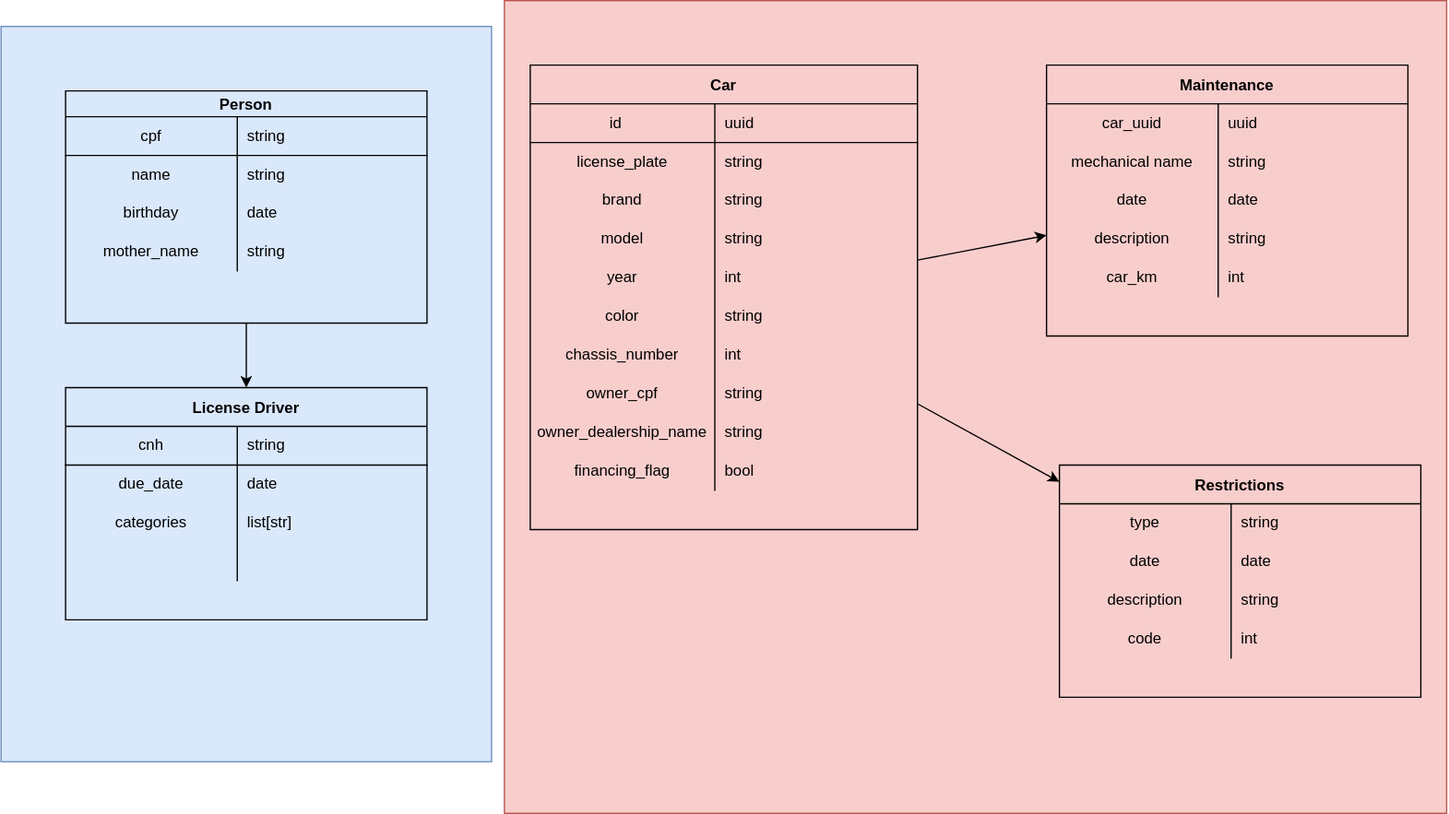
yurihartmann/car_lifes_cycle_hyperledger_fabric keeps this draw.io diagram as docs/diagrams/entities.drawio.svg. Above is the earlier version. Source tidied: cells renumbered, new cells last; positions are measured from the earlier drawing's top-left corner, leaving out a move shared by most shapes.
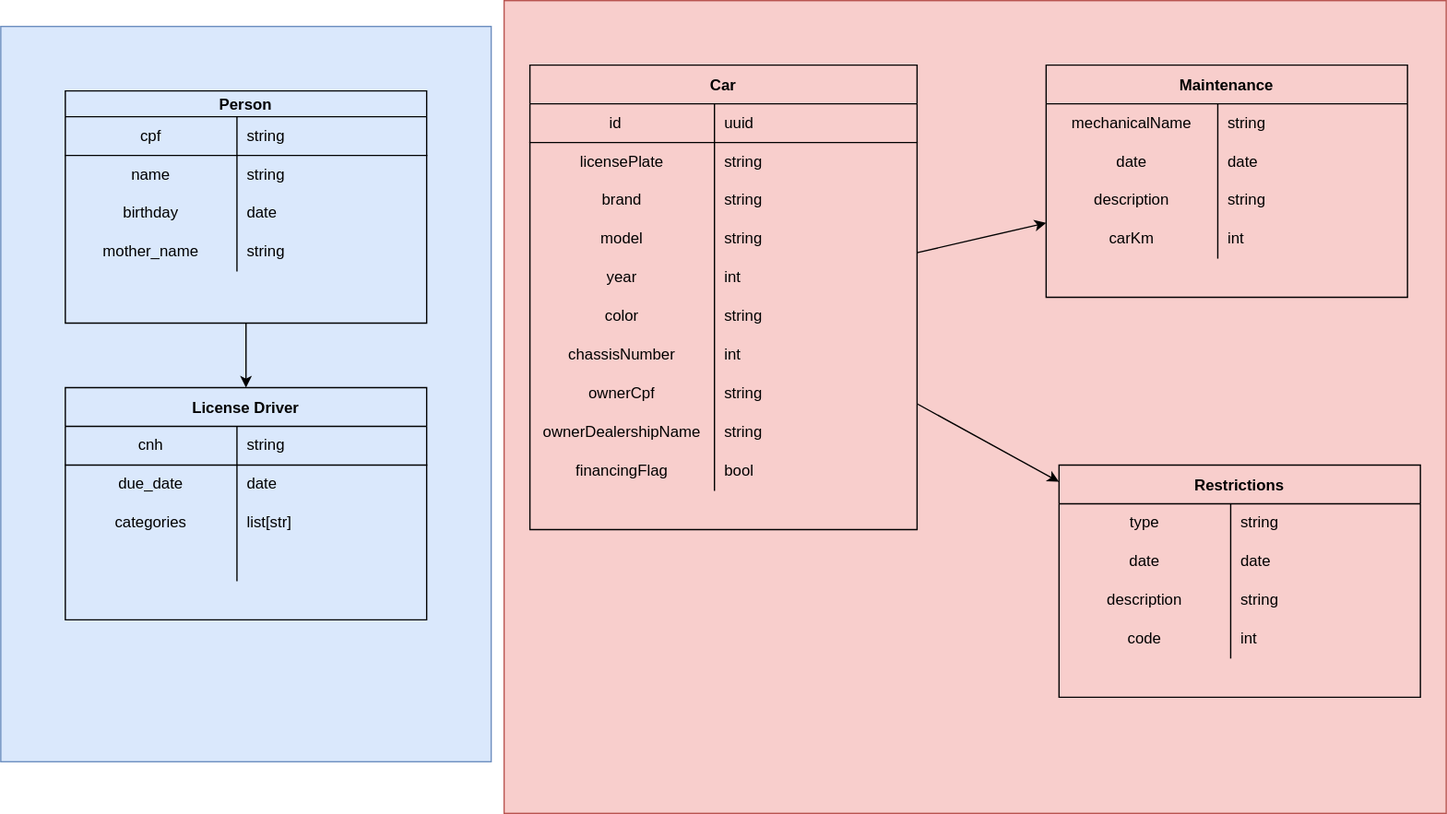
After the commit.

Commit message:
🔸 Car schema

Change to the diagram source:
```diff
@@ -110,7 +110,7 @@
     <mxCell id="37" style="shape=partialRectangle;html=1;whiteSpace=wrap;fillColor=none;top=0;left=0;bottom=0;right=0;" parent="33" vertex="1">
       <mxGeometry y="60" width="300" height="30" as="geometry" />
     </mxCell>
-    <mxCell id="38" value="license_plate" style="shape=partialRectangle;html=1;whiteSpace=wrap;fillColor=none;top=0;left=0;bottom=0;right=0;overflow=hidden;" parent="37" vertex="1">
+    <mxCell id="38" value="licensePlate" style="shape=partialRectangle;html=1;whiteSpace=wrap;fillColor=none;top=0;left=0;bottom=0;right=0;overflow=hidden;" parent="37" vertex="1">
       <mxGeometry width="143" height="30" as="geometry" />
     </mxCell>
     <mxCell id="39" value="string" style="shape=partialRectangle;html=1;whiteSpace=wrap;fillColor=none;top=0;left=0;bottom=0;right=0;align=left;spacingLeft=6;overflow=hidden;" parent="37" vertex="1">
@@ -155,7 +155,7 @@
     <mxCell id="52" style="shape=partialRectangle;html=1;whiteSpace=wrap;fillColor=none;top=0;left=0;bottom=0;right=0;" parent="33" vertex="1">
       <mxGeometry y="210" width="300" height="30" as="geometry" />
     </mxCell>
-    <mxCell id="53" value="chassis_number" style="shape=partialRectangle;html=1;whiteSpace=wrap;fillColor=none;top=0;left=0;bottom=0;right=0;overflow=hidden;" parent="52" vertex="1">
+    <mxCell id="53" value="chassisNumber" style="shape=partialRectangle;html=1;whiteSpace=wrap;fillColor=none;top=0;left=0;bottom=0;right=0;overflow=hidden;" parent="52" vertex="1">
       <mxGeometry width="143" height="30" as="geometry" />
     </mxCell>
     <mxCell id="54" value="int" style="shape=partialRectangle;html=1;whiteSpace=wrap;fillColor=none;top=0;left=0;bottom=0;right=0;align=left;spacingLeft=6;overflow=hidden;" parent="52" vertex="1">
@@ -164,7 +164,7 @@
     <mxCell id="55" style="shape=partialRectangle;html=1;whiteSpace=wrap;fillColor=none;top=0;left=0;bottom=0;right=0;" parent="33" vertex="1">
       <mxGeometry y="240" width="300" height="30" as="geometry" />
     </mxCell>
-    <mxCell id="56" value="owner_cpf" style="shape=partialRectangle;html=1;whiteSpace=wrap;fillColor=none;top=0;left=0;bottom=0;right=0;overflow=hidden;" parent="55" vertex="1">
+    <mxCell id="56" value="ownerCpf" style="shape=partialRectangle;html=1;whiteSpace=wrap;fillColor=none;top=0;left=0;bottom=0;right=0;overflow=hidden;" parent="55" vertex="1">
       <mxGeometry width="143" height="30" as="geometry" />
     </mxCell>
     <mxCell id="57" value="string" style="shape=partialRectangle;html=1;whiteSpace=wrap;fillColor=none;top=0;left=0;bottom=0;right=0;align=left;spacingLeft=6;overflow=hidden;" parent="55" vertex="1">
@@ -173,7 +173,7 @@
     <mxCell id="58" style="shape=partialRectangle;html=1;whiteSpace=wrap;fillColor=none;top=0;left=0;bottom=0;right=0;" parent="33" vertex="1">
       <mxGeometry y="270" width="300" height="30" as="geometry" />
     </mxCell>
-    <mxCell id="59" value="owner_dealership_name" style="shape=partialRectangle;html=1;whiteSpace=wrap;fillColor=none;top=0;left=0;bottom=0;right=0;overflow=hidden;" parent="58" vertex="1">
+    <mxCell id="59" value="ownerDealershipName" style="shape=partialRectangle;html=1;whiteSpace=wrap;fillColor=none;top=0;left=0;bottom=0;right=0;overflow=hidden;" parent="58" vertex="1">
       <mxGeometry width="143" height="30" as="geometry" />
     </mxCell>
     <mxCell id="60" value="string" style="shape=partialRectangle;html=1;whiteSpace=wrap;fillColor=none;top=0;left=0;bottom=0;right=0;align=left;spacingLeft=6;overflow=hidden;" parent="58" vertex="1">
@@ -182,35 +182,26 @@
     <mxCell id="61" style="shape=partialRectangle;html=1;whiteSpace=wrap;fillColor=none;top=0;left=0;bottom=0;right=0;" parent="33" vertex="1">
       <mxGeometry y="300" width="300" height="30" as="geometry" />
     </mxCell>
-    <mxCell id="62" value="financing_flag" style="shape=partialRectangle;html=1;whiteSpace=wrap;fillColor=none;top=0;left=0;bottom=0;right=0;overflow=hidden;" parent="61" vertex="1">
+    <mxCell id="62" value="financingFlag" style="shape=partialRectangle;html=1;whiteSpace=wrap;fillColor=none;top=0;left=0;bottom=0;right=0;overflow=hidden;" parent="61" vertex="1">
       <mxGeometry width="143" height="30" as="geometry" />
     </mxCell>
     <mxCell id="63" value="bool" style="shape=partialRectangle;html=1;whiteSpace=wrap;fillColor=none;top=0;left=0;bottom=0;right=0;align=left;spacingLeft=6;overflow=hidden;" parent="61" vertex="1">
       <mxGeometry x="143" width="157" height="30" as="geometry" />
     </mxCell>
     <mxCell id="64" value="Maintenance" style="shape=table;startSize=30;rowLines=0;fontStyle=1;align=center;gradientColor=none;swimlaneFillColor=none;fillColor=none;" parent="1" vertex="1">
-      <mxGeometry x="810" y="50" width="280" height="210" as="geometry" />
+      <mxGeometry x="810" y="50" width="280" height="180" as="geometry" />
     </mxCell>
-    <mxCell id="65" style="shape=partialRectangle;html=1;whiteSpace=wrap;fillColor=none;top=0;left=0;bottom=0;right=0;" parent="64" vertex="1">
-      <mxGeometry y="30" width="280" height="30" as="geometry" />
-    </mxCell>
-    <mxCell id="66" value="car_uuid" style="shape=partialRectangle;html=1;whiteSpace=wrap;fillColor=none;top=0;left=0;bottom=0;right=0;overflow=hidden;" parent="65" vertex="1">
-      <mxGeometry width="133" height="30" as="geometry" />
-    </mxCell>
-    <mxCell id="67" value="uuid" style="shape=partialRectangle;html=1;whiteSpace=wrap;fillColor=none;top=0;left=0;bottom=0;right=0;align=left;spacingLeft=6;overflow=hidden;" parent="65" vertex="1">
-      <mxGeometry x="133" width="147" height="30" as="geometry" />
-    </mxCell>
     <mxCell id="68" style="shape=partialRectangle;html=1;whiteSpace=wrap;fillColor=none;top=0;left=0;bottom=0;right=0;" parent="64" vertex="1">
-      <mxGeometry y="60" width="280" height="30" as="geometry" />
+      <mxGeometry y="30" width="280" height="30" as="geometry" />
     </mxCell>
-    <mxCell id="69" value="&lt;span style=&quot;text-align: left&quot;&gt;mechanical name&lt;/span&gt;" style="shape=partialRectangle;html=1;whiteSpace=wrap;fillColor=none;top=0;left=0;bottom=0;right=0;overflow=hidden;" parent="68" vertex="1">
+    <mxCell id="69" value="&lt;span style=&quot;text-align: left&quot;&gt;mechanicalName&lt;/span&gt;" style="shape=partialRectangle;html=1;whiteSpace=wrap;fillColor=none;top=0;left=0;bottom=0;right=0;overflow=hidden;" parent="68" vertex="1">
       <mxGeometry width="133" height="30" as="geometry" />
     </mxCell>
     <mxCell id="70" value="string" style="shape=partialRectangle;html=1;whiteSpace=wrap;fillColor=none;top=0;left=0;bottom=0;right=0;align=left;spacingLeft=6;overflow=hidden;" parent="68" vertex="1">
       <mxGeometry x="133" width="147" height="30" as="geometry" />
     </mxCell>
     <mxCell id="71" style="shape=partialRectangle;html=1;whiteSpace=wrap;fillColor=none;top=0;left=0;bottom=0;right=0;" parent="64" vertex="1">
-      <mxGeometry y="90" width="280" height="30" as="geometry" />
+      <mxGeometry y="60" width="280" height="30" as="geometry" />
     </mxCell>
     <mxCell id="72" value="date" style="shape=partialRectangle;html=1;whiteSpace=wrap;fillColor=none;top=0;left=0;bottom=0;right=0;overflow=hidden;" parent="71" vertex="1">
       <mxGeometry width="133" height="30" as="geometry" />
@@ -219,7 +210,7 @@
       <mxGeometry x="133" width="147" height="30" as="geometry" />
     </mxCell>
     <mxCell id="74" style="shape=partialRectangle;html=1;whiteSpace=wrap;fillColor=none;top=0;left=0;bottom=0;right=0;" parent="64" vertex="1">
-      <mxGeometry y="120" width="280" height="30" as="geometry" />
+      <mxGeometry y="90" width="280" height="30" as="geometry" />
     </mxCell>
     <mxCell id="75" value="description" style="shape=partialRectangle;html=1;whiteSpace=wrap;fillColor=none;top=0;left=0;bottom=0;right=0;overflow=hidden;" parent="74" vertex="1">
       <mxGeometry width="133" height="30" as="geometry" />
@@ -228,9 +219,9 @@
       <mxGeometry x="133" width="147" height="30" as="geometry" />
     </mxCell>
     <mxCell id="77" style="shape=partialRectangle;html=1;whiteSpace=wrap;fillColor=none;top=0;left=0;bottom=0;right=0;" parent="64" vertex="1">
-      <mxGeometry y="150" width="280" height="30" as="geometry" />
+      <mxGeometry y="120" width="280" height="30" as="geometry" />
     </mxCell>
-    <mxCell id="78" value="car_km" style="shape=partialRectangle;html=1;whiteSpace=wrap;fillColor=none;top=0;left=0;bottom=0;right=0;overflow=hidden;" parent="77" vertex="1">
+    <mxCell id="78" value="carKm" style="shape=partialRectangle;html=1;whiteSpace=wrap;fillColor=none;top=0;left=0;bottom=0;right=0;overflow=hidden;" parent="77" vertex="1">
       <mxGeometry width="133" height="30" as="geometry" />
     </mxCell>
     <mxCell id="79" value="int" style="shape=partialRectangle;html=1;whiteSpace=wrap;fillColor=none;top=0;left=0;bottom=0;right=0;align=left;spacingLeft=6;overflow=hidden;" parent="77" vertex="1">
```
